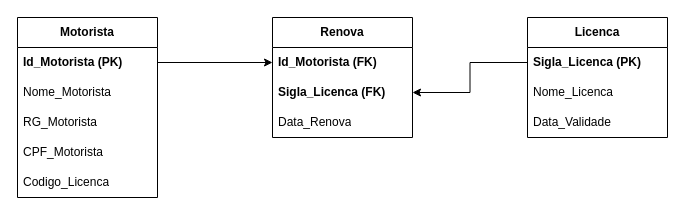
Earlier version of the draw.io diagram BancoDados1/diagramas/Diagrama sem nome.drawio (jhosephethierry/cursopython). Source tidied: cells renumbered, new cells numbered last; positions are measured from the earlier drawing's top-left corner, leaving out a move shared by most shapes. Both pictures are drawn from the tidied source at 100%, with x=0, y=0 at pixel (17, 17).
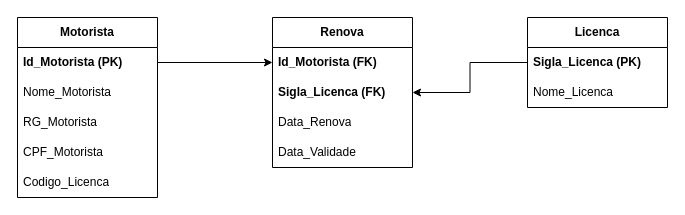
The same diagram, later.

Change to the diagram source:
```diff
@@
 <mxGraphModel>
   <root>
     <mxCell id="0" />
     <mxCell id="1" parent="0" />
     <mxCell id="2" value="&lt;b&gt;Motorista&lt;/b&gt;" style="swimlane;fontStyle=0;horizontal=1;startSize=30;whiteSpace=wrap;html=1;" parent="1" vertex="1">
       <mxGeometry width="140" height="180" as="geometry" />
     </mxCell>
     <mxCell id="3" value="&lt;b&gt;Id_Motorista (PK)&lt;/b&gt;" style="text;strokeColor=none;fillColor=none;align=left;verticalAlign=middle;spacingLeft=4;spacingRight=4;overflow=hidden;points=[[0,0.5],[1,0.5]];portConstraint=eastwest;whiteSpace=wrap;html=1;" parent="2" vertex="1">
       <mxGeometry y="30" width="140" height="30" as="geometry" />
     </mxCell>
     <mxCell id="4" value="Nome_Motorista" style="text;strokeColor=none;fillColor=none;align=left;verticalAlign=middle;spacingLeft=4;spacingRight=4;overflow=hidden;whiteSpace=wrap;html=1;" parent="2" vertex="1">
       <mxGeometry y="60" width="140" height="30" as="geometry" />
     </mxCell>
     <mxCell id="5" value="&lt;div&gt;RG_Motorista&lt;/div&gt;" style="text;strokeColor=none;fillColor=none;align=left;verticalAlign=middle;spacingLeft=4;spacingRight=4;overflow=hidden;whiteSpace=wrap;html=1;" parent="2" vertex="1">
       <mxGeometry y="90" width="140" height="30" as="geometry" />
     </mxCell>
     <mxCell id="6" value="CPF_Motorista" style="text;strokeColor=none;fillColor=none;align=left;verticalAlign=middle;spacingLeft=4;spacingRight=4;overflow=hidden;whiteSpace=wrap;html=1;" parent="2" vertex="1">
       <mxGeometry y="120" width="140" height="30" as="geometry" />
     </mxCell>
     <mxCell id="7" value="Codigo_Licenca" style="text;strokeColor=none;fillColor=none;align=left;verticalAlign=middle;spacingLeft=4;spacingRight=4;overflow=hidden;whiteSpace=wrap;html=1;" parent="2" vertex="1">
       <mxGeometry y="150" width="140" height="30" as="geometry" />
     </mxCell>
     <mxCell id="8" value="&lt;b&gt;Licenca&lt;/b&gt;" style="swimlane;fontStyle=0;horizontal=1;startSize=30;whiteSpace=wrap;html=1;" parent="1" vertex="1">
-      <mxGeometry x="510" width="140" height="120" as="geometry" />
+      <mxGeometry x="510" width="140" height="90" as="geometry" />
     </mxCell>
     <mxCell id="9" value="&lt;b&gt;Sigla_Licenca (PK)&lt;/b&gt;" style="text;strokeColor=none;fillColor=none;align=left;verticalAlign=middle;spacingLeft=4;spacingRight=4;overflow=hidden;points=[[0,0.5],[1,0.5]];portConstraint=eastwest;whiteSpace=wrap;html=1;" parent="8" vertex="1">
       <mxGeometry y="30" width="140" height="30" as="geometry" />
     </mxCell>
     <mxCell id="10" value="Nome_Licenca" style="text;strokeColor=none;fillColor=none;align=left;verticalAlign=middle;spacingLeft=4;spacingRight=4;overflow=hidden;whiteSpace=wrap;html=1;" parent="8" vertex="1">
       <mxGeometry y="60" width="140" height="30" as="geometry" />
     </mxCell>
-    <mxCell id="11" value="Data_Validade" style="text;strokeColor=none;fillColor=none;align=left;verticalAlign=middle;spacingLeft=4;spacingRight=4;overflow=hidden;whiteSpace=wrap;html=1;" parent="8" vertex="1">
-      <mxGeometry y="90" width="140" height="30" as="geometry" />
-    </mxCell>
     <mxCell id="12" value="&lt;b&gt;Renova&lt;/b&gt;" style="swimlane;fontStyle=0;horizontal=1;startSize=30;whiteSpace=wrap;html=1;" parent="1" vertex="1">
-      <mxGeometry x="255" width="140" height="120" as="geometry" />
+      <mxGeometry x="255" width="140" height="150" as="geometry" />
     </mxCell>
     <mxCell id="13" value="&lt;b&gt;Id_Motorista (FK)&lt;/b&gt;" style="text;strokeColor=none;fillColor=none;align=left;verticalAlign=middle;spacingLeft=4;spacingRight=4;overflow=hidden;points=[[0,0.5],[1,0.5]];portConstraint=eastwest;whiteSpace=wrap;html=1;" parent="12" vertex="1">
       <mxGeometry y="30" width="140" height="30" as="geometry" />
     </mxCell>
     <mxCell id="14" value="&lt;b&gt;Sigla_Licenca (FK)&lt;/b&gt;" style="text;strokeColor=none;fillColor=none;align=left;verticalAlign=middle;spacingLeft=4;spacingRight=4;overflow=hidden;points=[[0,0.5],[1,0.5]];portConstraint=eastwest;whiteSpace=wrap;html=1;" parent="12" vertex="1">
       <mxGeometry y="60" width="140" height="30" as="geometry" />
     </mxCell>
-    <mxCell id="15" value="Data_Renova" style="text;strokeColor=none;fillColor=none;align=left;verticalAlign=middle;spacingLeft=4;spacingRight=4;overflow=hidden;whiteSpace=wrap;html=1;" parent="12" vertex="1">
+    <mxCell id="15" value="Data_Renova " style="text;strokeColor=none;fillColor=none;align=left;verticalAlign=middle;spacingLeft=4;spacingRight=4;overflow=hidden;whiteSpace=wrap;html=1;" parent="12" vertex="1">
       <mxGeometry y="90" width="140" height="30" as="geometry" />
     </mxCell>
+    <mxCell id="11" value="Data_Validade" style="text;strokeColor=none;fillColor=none;align=left;verticalAlign=middle;spacingLeft=4;spacingRight=4;overflow=hidden;whiteSpace=wrap;html=1;" parent="12" vertex="1">
+      <mxGeometry y="120" width="140" height="30" as="geometry" />
+    </mxCell>
     <mxCell id="16" style="edgeStyle=orthogonalEdgeStyle;rounded=0;jettySize=auto;html=1;exitX=1;exitY=0.5;exitDx=0;exitDy=0;" parent="1" edge="1" source="3" target="13">
       <mxGeometry relative="1" as="geometry" />
     </mxCell>
     <mxCell id="17" style="edgeStyle=orthogonalEdgeStyle;rounded=0;jettySize=auto;html=1;exitX=0;exitY=0.5;exitDx=0;exitDy=0;entryX=1;entryY=0.5;entryDx=0;entryDy=0;" parent="1" edge="1" source="9" target="14">
       <mxGeometry relative="1" as="geometry" />
     </mxCell>
   </root>
 </mxGraphModel>
```
